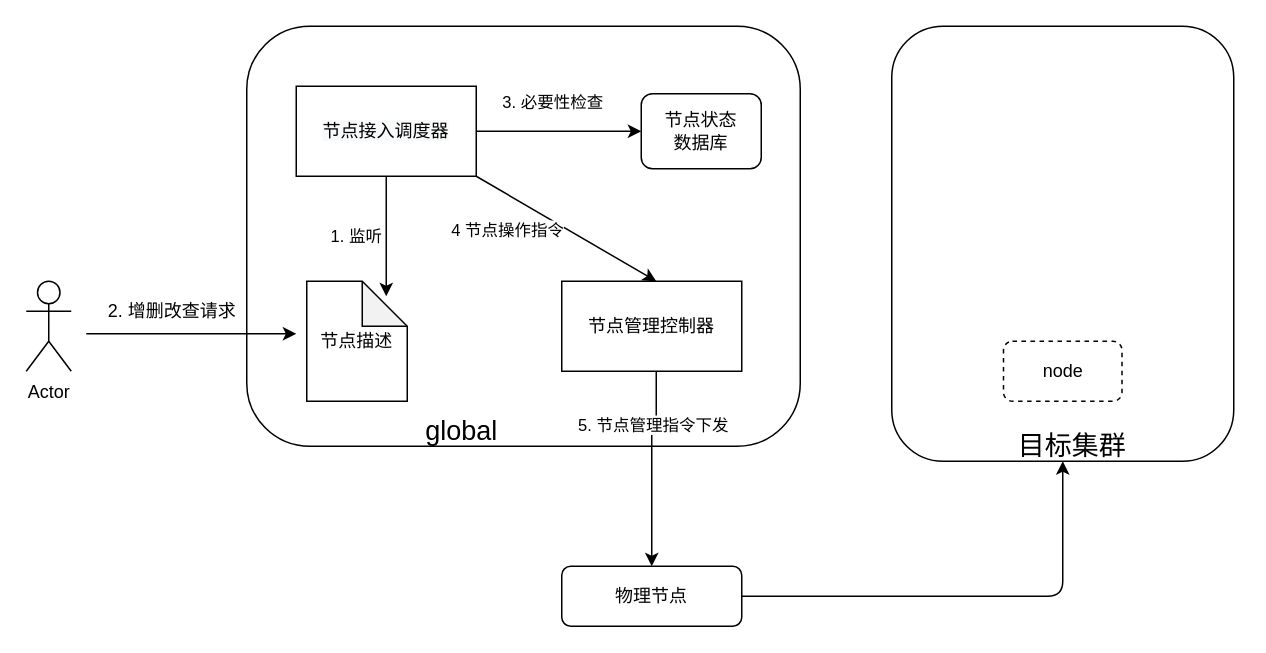
Before: page "节点管理" (2 of 9) of cloud-edge-softarch.drawio in lmxia/system_designs, a draw.io diagram. Source tidied: cells renumbered, new cells numbered last; positions are measured from the earlier drawing's top-left corner, leaving out a move shared by most shapes. Both pictures are drawn from the tidied source at 150%, with x=0, y=0 at pixel (26, 26).
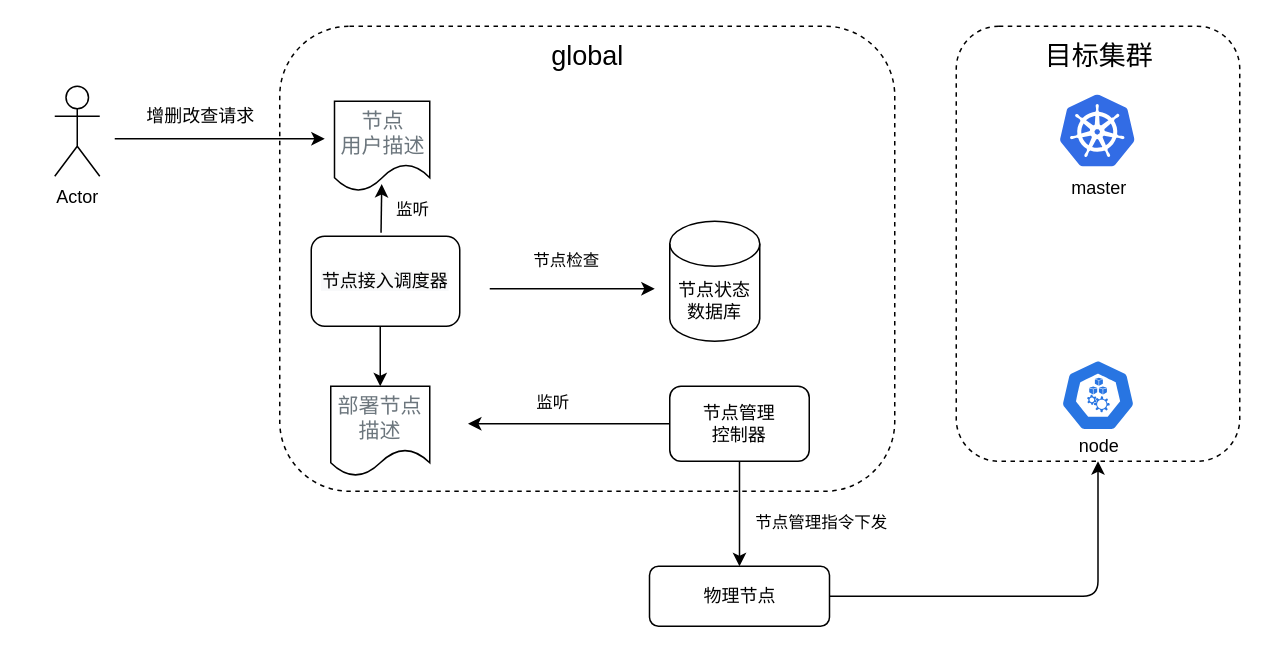
The same diagram, later.

Diff of the diagram source:
```diff
@@
-    <mxCell id="2" style="rounded=1;whiteSpace=wrap;html=1;" parent="1" vertex="1">
-      <mxGeometry x="147" width="369" height="280" as="geometry" />
+    <mxCell id="2" style="rounded=1;whiteSpace=wrap;html=1;dashed=1;" parent="1" vertex="1">
+      <mxGeometry x="169" width="410" height="310" as="geometry" />
     </mxCell>
     <mxCell id="3" value="Actor" style="shape=umlActor;verticalLabelPosition=bottom;verticalAlign=top;html=1;" parent="1" vertex="1">
-      <mxGeometry y="170" width="30" height="60" as="geometry" />
+      <mxGeometry x="19" y="40" width="30" height="60" as="geometry" />
     </mxCell>
     <mxCell id="4" style="endArrow=classic;html=1;entryX=0;entryY=0.5;entryDx=0;entryDy=0;" parent="1" edge="1">
       <mxGeometry relative="1" as="geometry">
-        <mxPoint x="40" y="205" as="sourcePoint" />
-        <mxPoint x="180" y="205" as="targetPoint" />
+        <mxPoint x="59" y="75" as="sourcePoint" />
+        <mxPoint x="199" y="75" as="targetPoint" />
       </mxGeometry>
     </mxCell>
-    <mxCell id="5" value="1. 监听" style="endArrow=classic;html=1;exitX=0.5;exitY=1;exitDx=0;exitDy=0;entryX=0.75;entryY=0;entryDx=0;entryDy=0;" parent="1" edge="1">
-      <mxGeometry y="-20" relative="1" as="geometry">
-        <mxPoint x="240" y="100" as="sourcePoint" />
-        <mxPoint x="240" y="180" as="targetPoint" />
-      </mxGeometry>
+    <mxCell id="5" value="&amp;nbsp;监听" style="endArrow=classic;html=1;entryX=0.496;entryY=0.92;entryDx=0;entryDy=0;entryPerimeter=0;exitX=0.47;exitY=-0.04;exitDx=0;exitDy=0;exitPerimeter=0;" parent="1" edge="1" source="15" target="28">
+      <mxGeometry y="-19" relative="1" as="geometry" />
     </mxCell>
-    <mxCell id="6" value="2. 增删改查请求" style="text;html=1;align=center;verticalAlign=middle;fillColor=none;strokeColor=none;rounded=0;" parent="1" vertex="1">
-      <mxGeometry x="47" y="180" width="100" height="20" as="geometry" />
+    <mxCell id="6" value="增删改查请求" style="text;html=1;align=center;verticalAlign=middle;fillColor=none;strokeColor=none;rounded=0;" parent="1" vertex="1">
+      <mxGeometry x="71" y="50" width="90" height="20" as="geometry" />
     </mxCell>
-    <mxCell id="7" value="节点状态&lt;br&gt;数据库" style="rounded=1;whiteSpace=wrap;html=1;" parent="1" vertex="1">
-      <mxGeometry x="410" y="45" width="80" height="50" as="geometry" />
-    </mxCell>
-    <mxCell id="8" style="endArrow=classic;html=1;entryX=0;entryY=0.5;entryDx=0;entryDy=0;exitX=1;exitY=0.5;exitDx=0;exitDy=0;" parent="1" edge="1" target="7">
+    <mxCell id="8" style="endArrow=classic;html=1;entryX=0;entryY=0.5;entryDx=0;entryDy=0;exitX=1;exitY=0.5;exitDx=0;exitDy=0;" parent="1" edge="1">
       <mxGeometry relative="1" as="geometry">
-        <mxPoint x="300" y="70" as="sourcePoint" />
+        <mxPoint x="309" y="175" as="sourcePoint" />
+        <mxPoint x="419" y="175" as="targetPoint" />
       </mxGeometry>
     </mxCell>
-    <mxCell id="9" value="3. 必要性检查" style="edgeLabel;html=1;align=center;verticalAlign=middle;" parent="8" vertex="1">
+    <mxCell id="9" value="节点检查" style="edgeLabel;html=1;align=center;verticalAlign=middle;" parent="8" vertex="1">
       <mxGeometry x="-0.01" relative="1" as="geometry">
         <mxPoint x="-4" y="-20" as="offset" />
       </mxGeometry>
     </mxCell>
-    <mxCell id="10" style="edgeStyle=orthogonalEdgeStyle;rounded=0;jettySize=auto;html=1;entryX=0.5;entryY=0;entryDx=0;entryDy=0;exitX=0.5;exitY=1;exitDx=0;exitDy=0;" parent="1" edge="1" source="17" target="14">
-      <mxGeometry relative="1" as="geometry">
-        <Array as="points">
-          <mxPoint x="420" y="230" />
-          <mxPoint x="420" y="270" />
-          <mxPoint x="417" y="270" />
-        </Array>
-      </mxGeometry>
+    <mxCell id="10" style="edgeStyle=orthogonalEdgeStyle;rounded=0;jettySize=auto;html=1;exitX=0.5;exitY=1;exitDx=0;exitDy=0;" parent="1" edge="1" source="17" target="14">
+      <mxGeometry relative="1" as="geometry" />
     </mxCell>
-    <mxCell id="11" value="5. 节点管理指令下发" style="edgeLabel;html=1;align=center;verticalAlign=middle;" parent="10" vertex="1">
+    <mxCell id="11" value="节点管理指令下发" style="edgeLabel;html=1;align=center;verticalAlign=middle;" parent="10" vertex="1">
       <mxGeometry x="-0.25" relative="1" as="geometry">
-        <mxPoint x="0.5" y="-10" as="offset" />
+        <mxPoint x="53.5" y="14" as="offset" />
       </mxGeometry>
     </mxCell>
-    <mxCell id="12" value="&lt;span style=&quot;color: rgba(0 , 0 , 0 , 0) ; font-family: monospace ; font-size: 0px ; background-color: rgb(248 , 249 , 250)&quot;&gt;jiis&lt;/span&gt;" style="endArrow=classic;html=1;exitX=1;exitY=1;exitDx=0;exitDy=0;entryX=0.5;entryY=0;entryDx=0;entryDy=0;" parent="1" edge="1">
-      <mxGeometry x="-0.21" y="-14" relative="1" as="geometry">
-        <mxPoint x="300" y="100" as="sourcePoint" />
-        <mxPoint x="420" y="170" as="targetPoint" />
-      </mxGeometry>
-    </mxCell>
-    <mxCell id="13" value="4 节点操作指令" style="edgeLabel;html=1;align=center;verticalAlign=middle;" parent="12" vertex="1">
-      <mxGeometry x="-0.27" y="3" relative="1" as="geometry">
-        <mxPoint x="-25" y="12.2" as="offset" />
-      </mxGeometry>
-    </mxCell>
     <mxCell id="14" value="物理节点" style="rounded=1;whiteSpace=wrap;html=1;" parent="1" vertex="1">
-      <mxGeometry x="357" y="360" width="120" height="40" as="geometry" />
+      <mxGeometry x="415.5" y="360" width="120" height="40" as="geometry" />
     </mxCell>
+    <mxCell id="23" style="edgeStyle=orthogonalEdgeStyle;rounded=0;jettySize=auto;html=1;" parent="1" edge="1" source="15">
+      <mxGeometry relative="1" as="geometry">
+        <mxPoint x="236" y="240" as="targetPoint" />
+        <Array as="points">
+          <mxPoint x="236" y="210" />
+          <mxPoint x="236" y="210" />
+        </Array>
+      </mxGeometry>
+    </mxCell>
-    <mxCell id="15" value="&lt;span style=&quot;color: rgb(0 , 0 , 0) ; font-family: &amp;#34;helvetica&amp;#34; ; font-size: 12px ; font-style: normal ; font-weight: 400 ; letter-spacing: normal ; text-align: center ; text-indent: 0px ; text-transform: none ; word-spacing: 0px ; background-color: rgb(248 , 249 , 250) ; display: inline ; float: none&quot;&gt;节点接入调度器&lt;/span&gt;" style="rounded=0;whiteSpace=wrap;html=1;" parent="1" vertex="1">
-      <mxGeometry x="180" y="40" width="120" height="60" as="geometry" />
+    <mxCell id="15" value="&lt;span style=&quot;color: rgb(0 , 0 , 0) ; font-family: &amp;#34;helvetica&amp;#34; ; font-size: 12px ; font-style: normal ; font-weight: 400 ; letter-spacing: normal ; text-align: center ; text-indent: 0px ; text-transform: none ; word-spacing: 0px ; background-color: rgb(248 , 249 , 250) ; display: inline ; float: none&quot;&gt;节点接入调度器&lt;/span&gt;" style="rounded=1;whiteSpace=wrap;html=1;" parent="1" vertex="1">
+      <mxGeometry x="190" y="140" width="99" height="60" as="geometry" />
     </mxCell>
-    <mxCell id="16" value="节点描述" style="shape=note;whiteSpace=wrap;html=1;backgroundOutline=1;darkOpacity=0.05;" parent="1" vertex="1">
-      <mxGeometry x="187" y="170" width="67" height="80" as="geometry" />
-    </mxCell>
+    <mxCell id="24" style="edgeStyle=orthogonalEdgeStyle;rounded=0;jettySize=auto;html=1;" parent="1" edge="1" source="17">
+      <mxGeometry relative="1" as="geometry">
+        <mxPoint x="294.5" y="265" as="targetPoint" />
+      </mxGeometry>
+    </mxCell>
+    <mxCell id="25" value="监听" style="edgeLabel;html=1;align=center;verticalAlign=middle;" parent="24" vertex="1">
+      <mxGeometry x="0.17" y="-3" relative="1" as="geometry">
+        <mxPoint y="-12" as="offset" />
+      </mxGeometry>
+    </mxCell>
-    <mxCell id="17" value="&lt;span&gt;节点管理控制器&lt;/span&gt;" style="rounded=0;whiteSpace=wrap;html=1;" parent="1" vertex="1">
-      <mxGeometry x="357" y="170" width="120" height="60" as="geometry" />
+    <mxCell id="17" value="&lt;span&gt;节点管理&lt;br&gt;控制器&lt;/span&gt;" style="rounded=1;whiteSpace=wrap;html=1;" parent="1" vertex="1">
+      <mxGeometry x="429" y="240" width="93" height="50" as="geometry" />
     </mxCell>
     <mxCell id="18" value="&lt;font style=&quot;font-size: 18px&quot;&gt;global&lt;/font&gt;" style="text;html=1;align=center;verticalAlign=middle;fillColor=none;strokeColor=none;rounded=0;" parent="1" vertex="1">
-      <mxGeometry x="260" y="260" width="60" height="20" as="geometry" />
+      <mxGeometry x="344" y="10" width="60" height="20" as="geometry" />
     </mxCell>
-    <mxCell id="19" style="rounded=1;whiteSpace=wrap;html=1;" parent="1" vertex="1">
-      <mxGeometry x="577" width="228" height="290" as="geometry" />
+    <mxCell id="19" style="rounded=1;whiteSpace=wrap;html=1;dashed=1;" parent="1" vertex="1">
+      <mxGeometry x="620" width="189" height="290" as="geometry" />
     </mxCell>
     <mxCell id="20" value="&lt;font style=&quot;font-size: 18px&quot;&gt;目标集群&lt;/font&gt;" style="text;html=1;align=center;verticalAlign=middle;fillColor=none;strokeColor=none;rounded=0;" parent="1" vertex="1">
-      <mxGeometry x="651.5" y="270" width="90" height="20" as="geometry" />
+      <mxGeometry x="669.5" y="10" width="90" height="20" as="geometry" />
     </mxCell>
@@
+    <mxCell id="26" value="master" style="html=1;align=center;image;fontSize=12;image=img/lib/mscae/Kubernetes.svg;rounded=1;fillColor=#ffffff;gradientColor=none;" parent="1" vertex="1">
+      <mxGeometry x="689.5" y="46" width="50" height="48" as="geometry" />
+    </mxCell>
+    <mxCell id="27" style="html=1;dashed=0;whitespace=wrap;fillColor=#2875E2;strokeColor=#ffffff;shape=mxgraph.kubernetes.icon;prIcon=node;rounded=1;" parent="1" vertex="1">
+      <mxGeometry x="689.5" y="222" width="50" height="48" as="geometry" />
+    </mxCell>
-    <mxCell id="22" value="node" style="rounded=1;whiteSpace=wrap;html=1;dashed=1;" parent="1" vertex="1">
-      <mxGeometry x="651.5" y="210" width="79" height="40" as="geometry" />
+    <mxCell id="22" value="node" style="text;html=1;align=center;verticalAlign=middle;fillColor=none;strokeColor=none;rounded=0;" parent="1" vertex="1">
+      <mxGeometry x="694.5" y="270" width="40" height="20" as="geometry" />
     </mxCell>
+    <mxCell id="28" value="&lt;span style=&quot;color: rgb(108 , 118 , 125) ; font-size: 14px ; text-align: left&quot;&gt;节点&lt;/span&gt;&lt;br style=&quot;color: rgb(108 , 118 , 125) ; font-size: 14px ; text-align: left&quot;&gt;&lt;span style=&quot;color: rgb(108 , 118 , 125) ; font-size: 14px ; text-align: left&quot;&gt;用户描述&lt;/span&gt;" style="shape=document;whiteSpace=wrap;html=1;boundedLbl=1;rounded=1;fillColor=#ffffff;gradientColor=none;" parent="1" vertex="1">
+      <mxGeometry x="205.5" y="50" width="63.5" height="60" as="geometry" />
+    </mxCell>
+    <mxCell id="29" value="&lt;span style=&quot;color: rgb(108 , 118 , 125) ; font-size: 14px ; text-align: left&quot;&gt;部署节点描述&lt;/span&gt;" style="shape=document;whiteSpace=wrap;html=1;boundedLbl=1;rounded=1;fillColor=#ffffff;gradientColor=none;" parent="1" vertex="1">
+      <mxGeometry x="203" y="240" width="66" height="60" as="geometry" />
+    </mxCell>
+    <mxCell id="7" value="&lt;span&gt;节点状态&lt;/span&gt;&lt;br&gt;&lt;span&gt;数据库&lt;/span&gt;" style="shape=cylinder3;whiteSpace=wrap;html=1;boundedLbl=1;backgroundOutline=1;size=15;rounded=1;fillColor=#ffffff;gradientColor=none;" parent="1" vertex="1">
+      <mxGeometry x="429" y="130" width="60" height="80" as="geometry" />
+    </mxCell>
```
